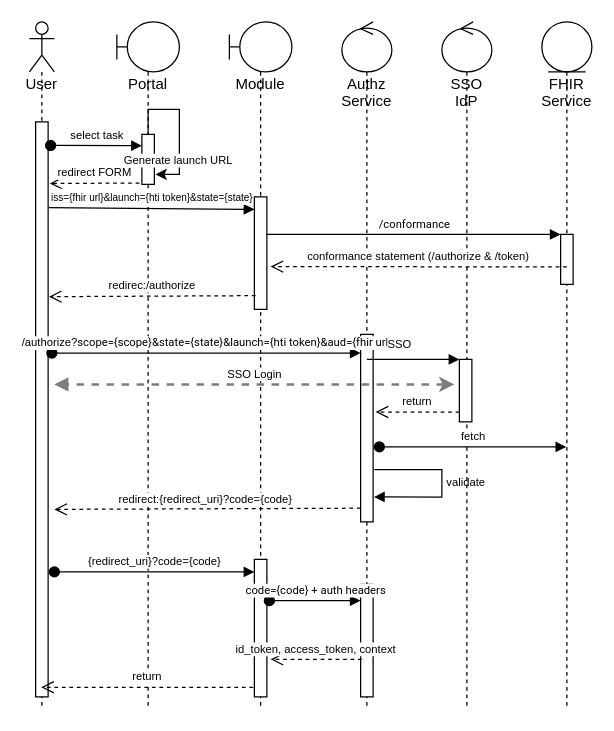
The draw.io diagram topics/SMART on FHIR app launch and HTI.drawio in Koppeltaal/Koppeltaal-2.0-Specificaties-en-Architectuur, before the edit. Source tidied: cells renumbered, new cells numbered last; positions are measured from the earlier drawing's top-left corner, leaving out a move shared by most shapes. Both pictures are drawn from the tidied source at 125%, with x=0, y=0 at pixel (29, 21).
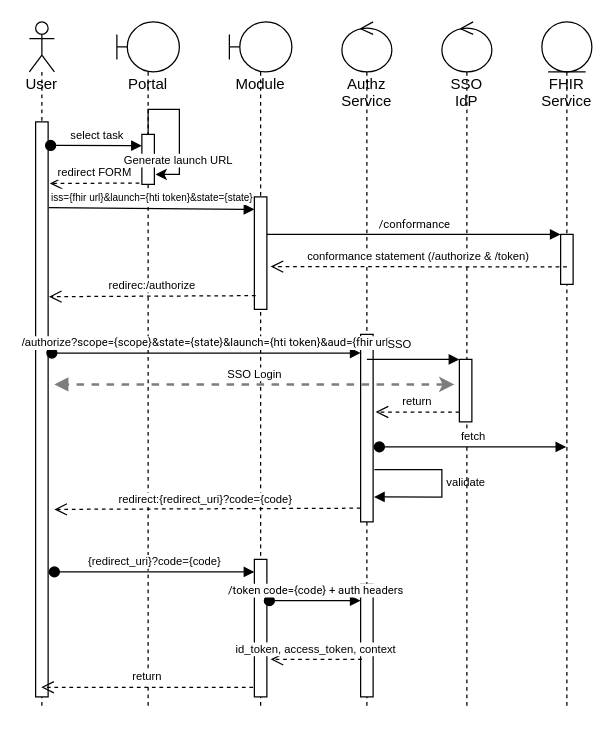
The same diagram, later.

Unchanged cells that the change refers to:
```xml
<mxCell id="10" style="html=1;points=[];perimeter=orthogonalPerimeter;fontSize=9;" parent="8" vertex="1">
  <mxGeometry x="20" y="430" width="10" height="110" as="geometry" />
</mxCell>
<mxCell id="13" style="html=1;points=[];perimeter=orthogonalPerimeter;fontSize=9;" parent="11" vertex="1">
  <mxGeometry x="15" y="450" width="10" height="90" as="geometry" />
</mxCell>
```

Diff of the diagram source:
```diff
@@
-    <mxCell id="31" value="&lt;span style=&quot;text-align: start;&quot; id=&quot;docs-internal-guid-0ab07bfd-7fff-b5ed-49af-7fb6f616343c&quot;&gt;&lt;p style=&quot;line-height: 1.2; text-align: center; margin-top: 0pt; margin-bottom: 0pt;&quot; dir=&quot;ltr&quot;&gt;&lt;span style=&quot;font-family: Roboto, sans-serif; font-variant-ligatures: normal; font-variant-east-asian: normal; font-variant-position: normal; vertical-align: baseline;&quot;&gt;&lt;font style=&quot;font-size: 9px;&quot;&gt;code={code} + auth headers&lt;/font&gt;&lt;/span&gt;&lt;/p&gt;&lt;/span&gt;" style="html=1;verticalAlign=bottom;startArrow=oval;endArrow=block;startSize=8;rounded=0;fontSize=9;strokeWidth=1;exitX=1.2;exitY=0.3;exitDx=0;exitDy=0;exitPerimeter=0;" parent="1" edge="1" source="10" target="13">
+    <mxCell id="31" value="&lt;span style=&quot;text-align: start;&quot; id=&quot;docs-internal-guid-0ab07bfd-7fff-b5ed-49af-7fb6f616343c&quot;&gt;&lt;p style=&quot;line-height: 1.2; text-align: center; margin-top: 0pt; margin-bottom: 0pt;&quot; dir=&quot;ltr&quot;&gt;&lt;span style=&quot;font-family: Roboto, sans-serif; font-variant-ligatures: normal; font-variant-east-asian: normal; font-variant-position: normal; vertical-align: baseline;&quot;&gt;&lt;font style=&quot;font-size: 9px;&quot;&gt;/token code={code} + auth headers&lt;/font&gt;&lt;/span&gt;&lt;/p&gt;&lt;/span&gt;" style="html=1;verticalAlign=bottom;startArrow=oval;endArrow=block;startSize=8;rounded=0;fontSize=9;strokeWidth=1;exitX=1.2;exitY=0.3;exitDx=0;exitDy=0;exitPerimeter=0;" parent="1" edge="1" source="10" target="13">
       <mxGeometry relative="1" as="geometry" />
     </mxCell>
```
